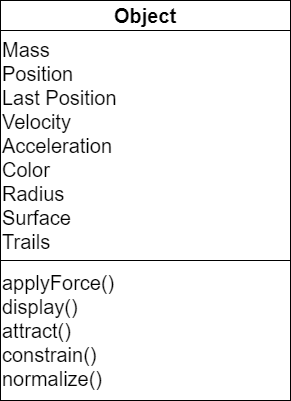
Before: Project Process Models/Class_Diagram (1).png, a diagram exported from draw.io (semmanuel/Antikythera). Source tidied: cells renumbered, new cells last; positions are measured from the earlier drawing's top-left corner, leaving out a move shared by most shapes.
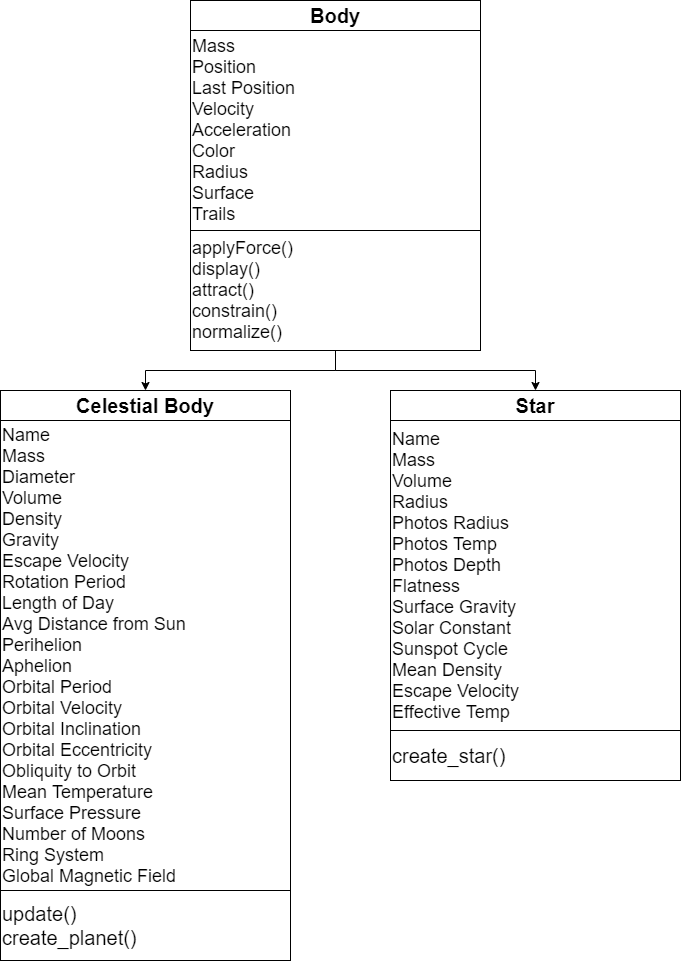
The same diagram one commit later.

Diff of the diagram source:
```diff
@@ -2,14 +2,38 @@
   <root>
     <mxCell id="0" />
     <mxCell id="1" parent="0" />
-    <mxCell id="2" value="&lt;font size=&quot;1&quot;&gt;&lt;b style=&quot;font-size: 20px&quot;&gt;Object&lt;/b&gt;&lt;/font&gt;" style="rounded=0;whiteSpace=wrap;html=1;" parent="1" vertex="1">
+    <mxCell id="2" value="&lt;span style=&quot;font-size: 20px&quot;&gt;&lt;b&gt;Body&lt;/b&gt;&lt;/span&gt;" style="rounded=0;whiteSpace=wrap;html=1;" parent="1" vertex="1">
       <mxGeometry width="290" height="30" as="geometry" />
     </mxCell>
-    <mxCell id="3" value="&lt;font style=&quot;font-size: 20px&quot;&gt;Mass&lt;br&gt;Position&lt;br&gt;Last Position&lt;br&gt;Velocity&lt;br&gt;Acceleration&lt;br&gt;Color&lt;br&gt;Radius&lt;br&gt;Surface&amp;nbsp;&lt;br&gt;Trails&lt;/font&gt;" style="rounded=0;whiteSpace=wrap;html=1;align=left;" parent="1" vertex="1">
-      <mxGeometry y="30" width="290" height="230" as="geometry" />
+    <mxCell id="3" value="&lt;font style=&quot;font-size: 18px&quot;&gt;Mass&lt;br&gt;Position&lt;br&gt;Last Position&lt;br&gt;Velocity&lt;br&gt;Acceleration&lt;br&gt;Color&lt;br&gt;Radius&lt;br&gt;Surface&amp;nbsp;&lt;br&gt;Trails&lt;/font&gt;" style="rounded=0;whiteSpace=wrap;html=1;align=left;" parent="1" vertex="1">
+      <mxGeometry y="30" width="290" height="200" as="geometry" />
     </mxCell>
+    <mxCell id="5" style="edgeStyle=orthogonalEdgeStyle;rounded=0;jettySize=auto;html=1;exitX=0.5;exitY=1;exitDx=0;exitDy=0;entryX=0.5;entryY=0;entryDx=0;entryDy=0;" parent="1" edge="1" source="4" target="7">
+      <mxGeometry relative="1" as="geometry" />
+    </mxCell>
+    <mxCell id="6" style="edgeStyle=orthogonalEdgeStyle;rounded=0;jettySize=auto;html=1;exitX=0.5;exitY=1;exitDx=0;exitDy=0;entryX=0.5;entryY=0;entryDx=0;entryDy=0;" parent="1" edge="1" source="4" target="10">
+      <mxGeometry relative="1" as="geometry" />
+    </mxCell>
-    <mxCell id="4" value="&lt;font style=&quot;font-size: 20px&quot;&gt;applyForce()&lt;br&gt;display()&lt;br&gt;attract()&lt;br&gt;constrain()&lt;br&gt;normalize()&lt;/font&gt;" style="rounded=0;whiteSpace=wrap;html=1;align=left;" parent="1" vertex="1">
-      <mxGeometry y="260" width="290" height="140" as="geometry" />
+    <mxCell id="4" value="&lt;font style=&quot;font-size: 18px&quot;&gt;applyForce()&lt;br&gt;display()&lt;br&gt;attract()&lt;br&gt;constrain()&lt;br&gt;normalize()&lt;/font&gt;" style="rounded=0;whiteSpace=wrap;html=1;align=left;" parent="1" vertex="1">
+      <mxGeometry y="230" width="290" height="120" as="geometry" />
     </mxCell>
+    <mxCell id="7" value="&lt;span style=&quot;font-size: 20px&quot;&gt;&lt;b&gt;Celestial Body&lt;/b&gt;&lt;/span&gt;" style="rounded=0;whiteSpace=wrap;html=1;" parent="1" vertex="1">
+      <mxGeometry x="-190" y="390" width="290" height="30" as="geometry" />
+    </mxCell>
+    <mxCell id="8" value="&lt;font style=&quot;font-size: 18px&quot;&gt;Name&lt;br&gt;Mass&lt;br&gt;Diameter&lt;br&gt;Volume&lt;br&gt;Density&lt;br&gt;Gravity&lt;br&gt;Escape Velocity&lt;br&gt;Rotation Period&lt;br&gt;Length of Day&lt;br&gt;Avg Distance from Sun&lt;br&gt;Perihelion&lt;br&gt;Aphelion&lt;br&gt;Orbital Period&lt;br&gt;Orbital Velocity&lt;br&gt;Orbital Inclination&lt;br&gt;Orbital Eccentricity&lt;br&gt;Obliquity to Orbit&lt;br&gt;Mean Temperature&lt;br&gt;Surface Pressure&lt;br&gt;Number of Moons&lt;br&gt;Ring System&lt;br&gt;Global Magnetic Field&lt;br&gt;&lt;/font&gt;" style="rounded=0;whiteSpace=wrap;html=1;align=left;" parent="1" vertex="1">
+      <mxGeometry x="-190" y="420" width="290" height="470" as="geometry" />
+    </mxCell>
+    <mxCell id="9" value="&lt;span style=&quot;font-size: 20px&quot;&gt;update()&lt;br&gt;create_planet()&lt;br&gt;&lt;/span&gt;" style="rounded=0;whiteSpace=wrap;html=1;align=left;" parent="1" vertex="1">
+      <mxGeometry x="-190" y="890" width="290" height="70" as="geometry" />
+    </mxCell>
+    <mxCell id="10" value="&lt;span style=&quot;font-size: 20px&quot;&gt;&lt;b&gt;Star&lt;/b&gt;&lt;/span&gt;" style="rounded=0;whiteSpace=wrap;html=1;" parent="1" vertex="1">
+      <mxGeometry x="200" y="390" width="290" height="30" as="geometry" />
+    </mxCell>
+    <mxCell id="11" value="&lt;span style=&quot;font-size: 18px&quot;&gt;Name&lt;br&gt;Mass&lt;br&gt;Volume&lt;br&gt;Radius&lt;br&gt;Photos Radius&lt;br&gt;Photos Temp&lt;br&gt;Photos Depth&lt;br&gt;Flatness&lt;br&gt;Surface Gravity&lt;br&gt;Solar Constant&lt;br&gt;Sunspot Cycle&lt;br&gt;Mean Density&lt;br&gt;Escape Velocity&lt;br&gt;Effective Temp&lt;br&gt;&lt;/span&gt;" style="rounded=0;whiteSpace=wrap;html=1;align=left;" parent="1" vertex="1">
+      <mxGeometry x="200" y="420" width="290" height="310" as="geometry" />
+    </mxCell>
+    <mxCell id="12" value="&lt;span style=&quot;font-size: 20px&quot;&gt;create_star()&lt;/span&gt;" style="rounded=0;whiteSpace=wrap;html=1;align=left;" parent="1" vertex="1">
+      <mxGeometry x="200" y="730" width="290" height="50" as="geometry" />
+    </mxCell>
   </root>
 </mxGraphModel>
```
